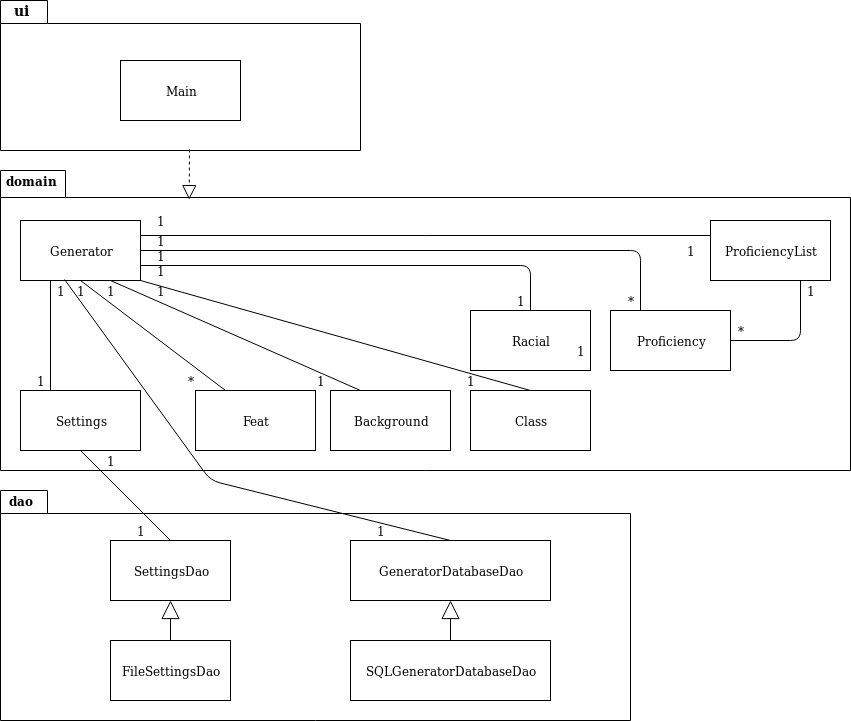
This is dokumentointi/pakkauskaavio.png from Fumblessi/ot-harjoitustyo, a draw.io export, as it was before one commit. Source tidied: cells renumbered, new cells last; positions are measured from the earlier drawing's top-left corner, leaving out a move shared by most shapes.
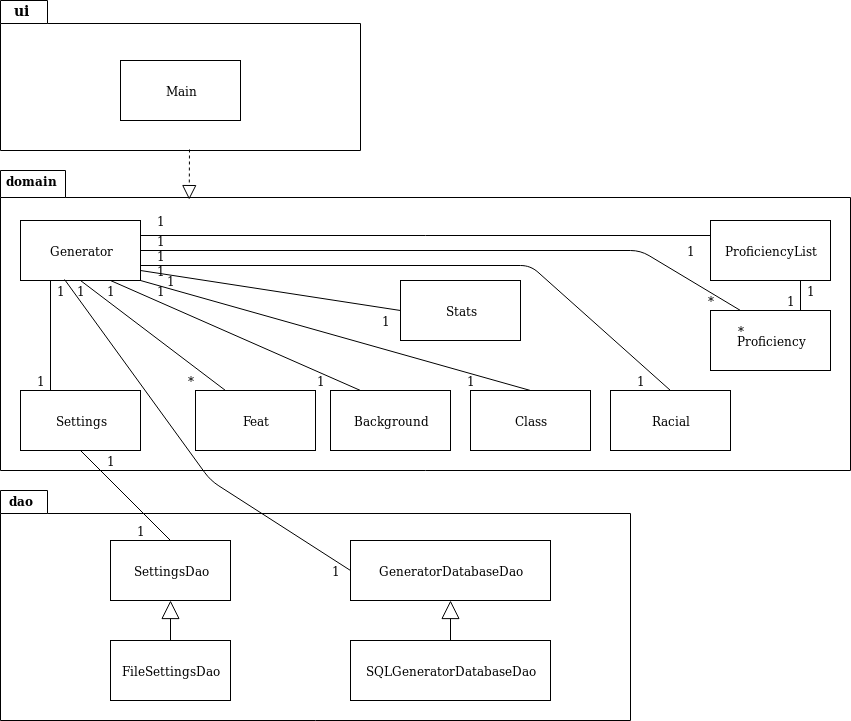
Above is the later version.

Commit message:
uusi pakkauskaavio

The edit, as a diff of the source:
```diff
@@ -38,7 +38,7 @@
       <mxGeometry x="710" y="220" width="120" height="60" as="geometry" />
     </mxCell>
     <mxCell id="13" value="Proficiency" style="rounded=0;whiteSpace=wrap;html=1;" parent="1" vertex="1">
-      <mxGeometry x="610" y="310" width="120" height="60" as="geometry" />
+      <mxGeometry x="710" y="310" width="120" height="60" as="geometry" />
     </mxCell>
     <mxCell id="14" value="Background" style="rounded=0;whiteSpace=wrap;html=1;" parent="1" vertex="1">
       <mxGeometry x="330" y="390" width="120" height="60" as="geometry" />
@@ -47,7 +47,7 @@
       <mxGeometry x="470" y="390" width="120" height="60" as="geometry" />
     </mxCell>
     <mxCell id="16" value="Racial" style="rounded=0;whiteSpace=wrap;html=1;" parent="1" vertex="1">
-      <mxGeometry x="470" y="310" width="120" height="60" as="geometry" />
+      <mxGeometry x="610" y="390" width="120" height="60" as="geometry" />
     </mxCell>
     <mxCell id="17" value="Feat" style="rounded=0;whiteSpace=wrap;html=1;" parent="1" vertex="1">
       <mxGeometry x="195" y="390" width="120" height="60" as="geometry" />
@@ -90,11 +90,9 @@
         </Array>
       </mxGeometry>
     </mxCell>
-    <mxCell id="28" style="endArrow=none;html=1;entryX=1;entryY=0.5;entryDx=0;entryDy=0;exitX=0.75;exitY=1;exitDx=0;exitDy=0;" parent="1" edge="1" source="12" target="13">
+    <mxCell id="28" style="endArrow=none;html=1;exitX=0.75;exitY=1;exitDx=0;exitDy=0;" parent="1" edge="1" source="12">
       <mxGeometry relative="1" as="geometry">
-        <Array as="points">
-          <mxPoint x="800" y="340" />
-        </Array>
+        <mxPoint x="800" y="310" as="targetPoint" />
       </mxGeometry>
     </mxCell>
     <mxCell id="29" style="endArrow=none;html=1;entryX=0.5;entryY=1;entryDx=0;entryDy=0;exitX=0.5;exitY=0;exitDx=0;exitDy=0;" parent="1" edge="1" source="18" target="11">
@@ -106,7 +104,7 @@
     <mxCell id="31" style="endArrow=block;endSize=16;endFill=0;html=1;entryX=0.5;entryY=1;entryDx=0;entryDy=0;exitX=0.5;exitY=0;exitDx=0;exitDy=0;" parent="1" edge="1" source="21" target="20">
       <mxGeometry relative="1" as="geometry" />
     </mxCell>
-    <mxCell id="32" style="endArrow=none;html=1;entryX=0.367;entryY=0.983;entryDx=0;entryDy=0;exitX=0.5;exitY=0;exitDx=0;exitDy=0;entryPerimeter=0;" parent="1" edge="1" source="20" target="10">
+    <mxCell id="32" style="endArrow=none;html=1;entryX=0.367;entryY=0.983;entryDx=0;entryDy=0;exitX=0;exitY=0.5;exitDx=0;exitDy=0;entryPerimeter=0;" parent="1" edge="1" source="20" target="10">
       <mxGeometry relative="1" as="geometry">
         <Array as="points">
           <mxPoint x="210" y="480" />
@@ -138,7 +136,7 @@
       <mxGeometry x="140" y="230" width="40" height="20" as="geometry" />
     </mxCell>
     <mxCell id="41" value="1" style="text;html=1;strokeColor=none;fillColor=none;align=center;verticalAlign=middle;whiteSpace=wrap;rounded=0;" parent="1" vertex="1">
-      <mxGeometry x="360" y="520" width="40" height="20" as="geometry" />
+      <mxGeometry x="315" y="560" width="40" height="20" as="geometry" />
     </mxCell>
     <mxCell id="42" value="*" style="text;html=1;strokeColor=none;fillColor=none;align=center;verticalAlign=middle;whiteSpace=wrap;rounded=0;" parent="1" vertex="1">
       <mxGeometry x="170" y="370" width="40" height="20" as="geometry" />
@@ -156,17 +154,14 @@
       <mxGeometry x="450" y="370" width="40" height="20" as="geometry" />
     </mxCell>
     <mxCell id="47" value="1" style="text;html=1;strokeColor=none;fillColor=none;align=center;verticalAlign=middle;whiteSpace=wrap;rounded=0;" parent="1" vertex="1">
-      <mxGeometry x="560" y="340" width="40" height="20" as="geometry" />
+      <mxGeometry x="620" y="370" width="40" height="20" as="geometry" />
     </mxCell>
     <mxCell id="48" value="*" style="text;html=1;strokeColor=none;fillColor=none;align=center;verticalAlign=middle;whiteSpace=wrap;rounded=0;" parent="1" vertex="1">
-      <mxGeometry x="610" y="290" width="40" height="20" as="geometry" />
+      <mxGeometry x="690" y="290" width="40" height="20" as="geometry" />
     </mxCell>
     <mxCell id="49" value="1" style="text;html=1;strokeColor=none;fillColor=none;align=center;verticalAlign=middle;whiteSpace=wrap;rounded=0;" parent="1" vertex="1">
       <mxGeometry x="140" y="260" width="40" height="20" as="geometry" />
     </mxCell>
-    <mxCell id="50" value="1" style="text;html=1;strokeColor=none;fillColor=none;align=center;verticalAlign=middle;whiteSpace=wrap;rounded=0;" parent="1" vertex="1">
-      <mxGeometry x="500" y="290" width="40" height="20" as="geometry" />
-    </mxCell>
     <mxCell id="51" style="endArrow=none;html=1;exitX=0;exitY=0.25;exitDx=0;exitDy=0;entryX=0;entryY=0.25;entryDx=0;entryDy=0;" parent="1" edge="1" source="12" target="40">
       <mxGeometry relative="1" as="geometry" />
     </mxCell>
@@ -179,5 +174,20 @@
     <mxCell id="54" value="1" style="text;html=1;strokeColor=none;fillColor=none;align=center;verticalAlign=middle;whiteSpace=wrap;rounded=0;" parent="1" vertex="1">
       <mxGeometry x="140" y="245" width="40" height="20" as="geometry" />
     </mxCell>
+    <mxCell id="55" value="Stats" style="rounded=0;whiteSpace=wrap;html=1;" parent="1" vertex="1">
+      <mxGeometry x="400" y="280" width="120" height="60" as="geometry" />
+    </mxCell>
+    <mxCell id="56" value="1" style="text;html=1;strokeColor=none;fillColor=none;align=center;verticalAlign=middle;whiteSpace=wrap;rounded=0;" parent="1" vertex="1">
+      <mxGeometry x="770" y="290" width="40" height="20" as="geometry" />
+    </mxCell>
+    <mxCell id="57" style="endArrow=none;html=1;entryX=0;entryY=0.5;entryDx=0;entryDy=0;exitX=0;exitY=0.5;exitDx=0;exitDy=0;" parent="1" edge="1" source="55" target="49">
+      <mxGeometry relative="1" as="geometry" />
+    </mxCell>
+    <mxCell id="58" value="1" style="text;html=1;strokeColor=none;fillColor=none;align=center;verticalAlign=middle;whiteSpace=wrap;rounded=0;" parent="1" vertex="1">
+      <mxGeometry x="150" y="270" width="40" height="20" as="geometry" />
+    </mxCell>
+    <mxCell id="59" value="1" style="text;html=1;strokeColor=none;fillColor=none;align=center;verticalAlign=middle;whiteSpace=wrap;rounded=0;" parent="1" vertex="1">
+      <mxGeometry x="365" y="310" width="40" height="20" as="geometry" />
+    </mxCell>
   </root>
 </mxGraphModel>
```
